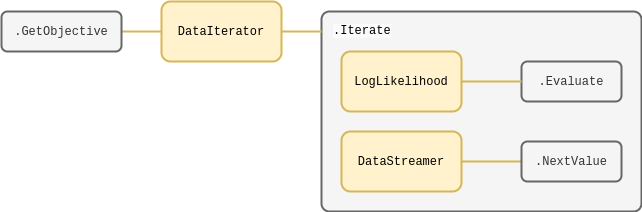
umbralcalc/worlds-of-observation keeps this draw.io diagram as images/chapter-4-learnadex-data-iterator.drawio.png. Above is the earlier version. Source tidied: cells renumbered, new cells last; positions are measured from the earlier drawing's top-left corner, leaving out a move shared by most shapes.
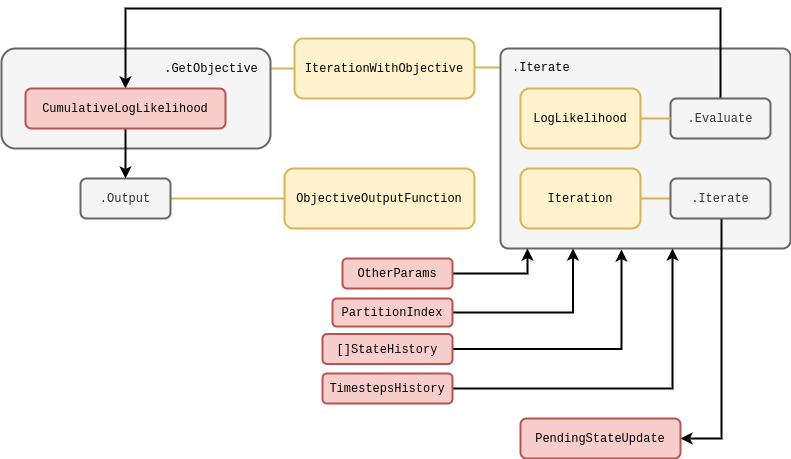
The same diagram one commit later.

The edit, as a diff of the source:
```diff
@@ -2,43 +2,108 @@
   <root>
     <mxCell id="0" />
     <mxCell id="1" parent="0" />
-    <mxCell id="2" style="rounded=1;whiteSpace=wrap;html=1;strokeWidth=2;direction=east;arcSize=4;fillColor=#f5f5f5;fontColor=#333333;strokeColor=#666666;" parent="1" vertex="1">
-      <mxGeometry x="320" y="10" width="320" height="200" as="geometry" />
-    </mxCell>
-    <mxCell id="3" style="edgeStyle=orthogonalEdgeStyle;rounded=0;jettySize=auto;html=1;strokeWidth=2;endArrow=none;endFill=0;fillColor=#fff2cc;strokeColor=#d6b656;" parent="1" edge="1" source="5" target="6">
-      <mxGeometry relative="1" as="geometry" />
+    <mxCell id="3" style="edgeStyle=orthogonalEdgeStyle;rounded=0;jettySize=auto;html=1;strokeWidth=2;endArrow=none;endFill=0;fillColor=#fff2cc;strokeColor=#d6b656;" parent="1" edge="1" source="5">
+      <mxGeometry relative="1" as="geometry">
+        <mxPoint x="260" y="40" as="targetPoint" />
+        <Array as="points">
+          <mxPoint x="260" y="40" />
+        </Array>
+      </mxGeometry>
     </mxCell>
-    <mxCell id="4" style="edgeStyle=orthogonalEdgeStyle;rounded=0;jettySize=auto;html=1;strokeWidth=2;endArrow=none;endFill=0;fillColor=#fff2cc;strokeColor=#d6b656;" parent="1" edge="1" source="5">
+    <mxCell id="4" style="edgeStyle=orthogonalEdgeStyle;rounded=0;jettySize=auto;html=1;strokeWidth=2;endArrow=none;endFill=0;fillColor=#fff2cc;strokeColor=#d6b656;exitX=0;exitY=0.095;exitDx=0;exitDy=0;exitPerimeter=0;" parent="1" edge="1" source="2">
       <mxGeometry relative="1" as="geometry">
-        <mxPoint x="320" y="30" as="targetPoint" />
+        <mxPoint x="459" y="40" as="targetPoint" />
       </mxGeometry>
     </mxCell>
-    <mxCell id="5" value="&lt;font face=&quot;Courier New&quot;&gt;DataIterator&lt;/font&gt;" style="rounded=1;whiteSpace=wrap;html=1;strokeWidth=2;fillColor=#fff2cc;strokeColor=#d6b656;" parent="1" vertex="1">
-      <mxGeometry x="160" width="120" height="60" as="geometry" />
+    <mxCell id="5" value="&lt;font face=&quot;Courier New&quot;&gt;IterationWithObjective&lt;/font&gt;" style="rounded=1;whiteSpace=wrap;html=1;strokeWidth=2;fillColor=#fff2cc;strokeColor=#d6b656;" parent="1" vertex="1">
+      <mxGeometry x="283" y="10" width="180" height="60" as="geometry" />
     </mxCell>
+    <mxCell id="14" style="rounded=1;whiteSpace=wrap;html=1;strokeWidth=2;direction=east;arcSize=14;fillColor=#f5f5f5;fontColor=#333333;strokeColor=#666666;" parent="1" vertex="1">
+      <mxGeometry x="-10" y="20" width="269" height="100" as="geometry" />
+    </mxCell>
-    <mxCell id="6" value="&lt;font face=&quot;Courier New&quot;&gt;.GetObjective&lt;/font&gt;" style="rounded=1;whiteSpace=wrap;html=1;strokeWidth=2;fillColor=#f5f5f5;fontColor=#333333;strokeColor=#666666;" parent="1" vertex="1">
-      <mxGeometry y="10" width="120" height="40" as="geometry" />
+    <mxCell id="6" value="&lt;font face=&quot;Courier New&quot;&gt;.GetObjective&lt;/font&gt;" style="text;html=1;strokeColor=none;fillColor=none;align=center;verticalAlign=middle;whiteSpace=wrap;rounded=0;" parent="1" vertex="1">
+      <mxGeometry x="170" y="25" width="60" height="30" as="geometry" />
     </mxCell>
+    <mxCell id="15" style="edgeStyle=orthogonalEdgeStyle;rounded=0;jettySize=auto;html=1;fillColor=#fff2cc;strokeColor=#d6b656;strokeWidth=2;endArrow=none;endFill=0;" parent="1" edge="1" source="16" target="17">
+      <mxGeometry relative="1" as="geometry" />
+    </mxCell>
+    <mxCell id="16" value="&lt;font face=&quot;Courier New&quot;&gt;ObjectiveOutputFunction&lt;/font&gt;" style="rounded=1;whiteSpace=wrap;html=1;strokeWidth=2;fillColor=#fff2cc;strokeColor=#d6b656;" parent="1" vertex="1">
+      <mxGeometry x="273" y="140" width="190" height="60" as="geometry" />
+    </mxCell>
+    <mxCell id="17" value="&lt;font face=&quot;Courier New&quot;&gt;.Output&lt;/font&gt;" style="rounded=1;whiteSpace=wrap;html=1;strokeWidth=2;fillColor=#f5f5f5;fontColor=#333333;strokeColor=#666666;" parent="1" vertex="1">
+      <mxGeometry x="69" y="150" width="90" height="40" as="geometry" />
+    </mxCell>
+    <mxCell id="2" style="rounded=1;whiteSpace=wrap;html=1;strokeWidth=2;direction=east;arcSize=4;fillColor=#f5f5f5;fontColor=#333333;strokeColor=#666666;" parent="1" vertex="1">
+      <mxGeometry x="489" y="20" width="290" height="200" as="geometry" />
+    </mxCell>
+    <mxCell id="18" style="edgeStyle=orthogonalEdgeStyle;rounded=0;jettySize=auto;html=1;entryX=0.5;entryY=0;entryDx=0;entryDy=0;strokeWidth=2;" parent="1" edge="1" source="7" target="21">
+      <mxGeometry relative="1" as="geometry">
+        <Array as="points">
+          <mxPoint x="709" y="-20" />
+          <mxPoint x="114" y="-20" />
+        </Array>
+      </mxGeometry>
+    </mxCell>
     <mxCell id="7" value="&lt;font face=&quot;Courier New&quot;&gt;.Evaluate&lt;/font&gt;" style="rounded=1;whiteSpace=wrap;html=1;strokeWidth=2;fillColor=#f5f5f5;fontColor=#333333;strokeColor=#666666;" parent="1" vertex="1">
-      <mxGeometry x="520" y="60" width="100" height="40" as="geometry" />
+      <mxGeometry x="659" y="70" width="100" height="40" as="geometry" />
     </mxCell>
     <mxCell id="8" style="edgeStyle=orthogonalEdgeStyle;rounded=0;jettySize=auto;html=1;entryX=0;entryY=0.5;entryDx=0;entryDy=0;strokeWidth=2;endArrow=none;endFill=0;fillColor=#fff2cc;strokeColor=#d6b656;" parent="1" edge="1" source="9" target="7">
       <mxGeometry relative="1" as="geometry" />
     </mxCell>
     <mxCell id="9" value="&lt;font face=&quot;Courier New&quot;&gt;LogLikelihood&lt;/font&gt;" style="rounded=1;whiteSpace=wrap;html=1;strokeWidth=2;fillColor=#fff2cc;strokeColor=#d6b656;" parent="1" vertex="1">
-      <mxGeometry x="340" y="50" width="120" height="60" as="geometry" />
+      <mxGeometry x="509" y="60" width="120" height="60" as="geometry" />
     </mxCell>
     <mxCell id="10" style="edgeStyle=orthogonalEdgeStyle;rounded=0;jettySize=auto;html=1;entryX=0;entryY=0.5;entryDx=0;entryDy=0;strokeWidth=2;endArrow=none;endFill=0;fillColor=#fff2cc;strokeColor=#d6b656;" parent="1" edge="1" source="11" target="12">
       <mxGeometry relative="1" as="geometry" />
     </mxCell>
-    <mxCell id="11" value="&lt;font face=&quot;Courier New&quot;&gt;DataStreamer&lt;/font&gt;" style="rounded=1;whiteSpace=wrap;html=1;strokeWidth=2;fillColor=#fff2cc;strokeColor=#d6b656;" parent="1" vertex="1">
-      <mxGeometry x="340" y="130" width="120" height="60" as="geometry" />
+    <mxCell id="11" value="&lt;font face=&quot;Courier New&quot;&gt;Iteration&lt;/font&gt;" style="rounded=1;whiteSpace=wrap;html=1;strokeWidth=2;fillColor=#fff2cc;strokeColor=#d6b656;" parent="1" vertex="1">
+      <mxGeometry x="509" y="140" width="120" height="60" as="geometry" />
     </mxCell>
+    <mxCell id="19" style="edgeStyle=orthogonalEdgeStyle;rounded=0;jettySize=auto;html=1;strokeWidth=2;entryX=1;entryY=0.5;entryDx=0;entryDy=0;" parent="1" edge="1" source="12" target="22">
+      <mxGeometry relative="1" as="geometry">
+        <Array as="points">
+          <mxPoint x="710" y="410" />
+        </Array>
+      </mxGeometry>
+    </mxCell>
-    <mxCell id="12" value="&lt;font face=&quot;Courier New&quot;&gt;.NextValue&lt;/font&gt;" style="rounded=1;whiteSpace=wrap;html=1;strokeWidth=2;fillColor=#f5f5f5;fontColor=#333333;strokeColor=#666666;" parent="1" vertex="1">
-      <mxGeometry x="520" y="140" width="100" height="40" as="geometry" />
+    <mxCell id="12" value="&lt;font face=&quot;Courier New&quot;&gt;.Iterate&lt;/font&gt;" style="rounded=1;whiteSpace=wrap;html=1;strokeWidth=2;fillColor=#f5f5f5;fontColor=#333333;strokeColor=#666666;" parent="1" vertex="1">
+      <mxGeometry x="659" y="150" width="100" height="40" as="geometry" />
     </mxCell>
-    <mxCell id="13" value="&lt;span style=&quot;color: rgb(0, 0, 0); font-family: &amp;quot;Courier New&amp;quot;; font-size: 12px; font-style: normal; font-variant-ligatures: normal; font-variant-caps: normal; font-weight: 400; letter-spacing: normal; orphans: 2; text-align: center; text-indent: 0px; text-transform: none; widows: 2; word-spacing: 0px; -webkit-text-stroke-width: 0px; background-color: rgb(251, 251, 251); text-decoration-thickness: initial; text-decoration-style: initial; text-decoration-color: initial; float: none; display: inline !important;&quot;&gt;.Iterate&lt;/span&gt;" style="text;whiteSpace=wrap;html=1;" parent="1" vertex="1">
-      <mxGeometry x="330" y="15" width="90" height="30" as="geometry" />
+    <mxCell id="13" value="&lt;span style=&quot;color: rgb(0, 0, 0); font-family: &amp;quot;Courier New&amp;quot;; font-size: 12px; font-style: normal; font-variant-ligatures: normal; font-variant-caps: normal; font-weight: 400; letter-spacing: normal; orphans: 2; text-align: center; text-indent: 0px; text-transform: none; widows: 2; word-spacing: 0px; -webkit-text-stroke-width: 0px; text-decoration-thickness: initial; text-decoration-style: initial; text-decoration-color: initial; float: none; display: inline !important;&quot;&gt;.&lt;/span&gt;&lt;span style=&quot;color: rgb(0, 0, 0); font-family: &amp;quot;Courier New&amp;quot;; font-size: 12px; font-style: normal; font-variant-ligatures: normal; font-variant-caps: normal; font-weight: 400; letter-spacing: normal; orphans: 2; text-align: center; text-indent: 0px; text-transform: none; widows: 2; word-spacing: 0px; -webkit-text-stroke-width: 0px; text-decoration-thickness: initial; text-decoration-style: initial; text-decoration-color: initial; float: none; display: inline !important;&quot;&gt;Iterate&lt;/span&gt;" style="text;whiteSpace=wrap;html=1;" parent="1" vertex="1">
+      <mxGeometry x="499" y="25" width="90" height="30" as="geometry" />
     </mxCell>
+    <mxCell id="20" style="edgeStyle=orthogonalEdgeStyle;rounded=0;jettySize=auto;html=1;strokeWidth=2;entryX=0.5;entryY=0;entryDx=0;entryDy=0;" parent="1" edge="1" source="21" target="17">
+      <mxGeometry relative="1" as="geometry" />
+    </mxCell>
+    <mxCell id="21" value="&lt;font face=&quot;Courier New&quot;&gt;CumulativeLogLikelihood&lt;/font&gt;" style="rounded=1;whiteSpace=wrap;html=1;fillColor=#f8cecc;strokeColor=#b85450;strokeWidth=2;" parent="1" vertex="1">
+      <mxGeometry x="14" y="60" width="200" height="40" as="geometry" />
+    </mxCell>
+    <mxCell id="22" value="&lt;font face=&quot;Courier New&quot;&gt;PendingStateUpdate&lt;/font&gt;" style="rounded=1;whiteSpace=wrap;html=1;fillColor=#f8cecc;strokeColor=#b85450;strokeWidth=2;" parent="1" vertex="1">
+      <mxGeometry x="509" y="390" width="160" height="40" as="geometry" />
+    </mxCell>
+    <mxCell id="23" style="edgeStyle=orthogonalEdgeStyle;rounded=0;jettySize=auto;html=1;entryX=0.093;entryY=1;entryDx=0;entryDy=0;entryPerimeter=0;strokeWidth=2;" parent="1" edge="1" source="24" target="2">
+      <mxGeometry relative="1" as="geometry" />
+    </mxCell>
+    <mxCell id="24" value="&lt;font face=&quot;Courier New&quot;&gt;OtherParams&lt;/font&gt;" style="rounded=1;whiteSpace=wrap;html=1;fillColor=#f8cecc;strokeColor=#b85450;strokeWidth=2;" parent="1" vertex="1">
+      <mxGeometry x="331" y="230" width="110" height="30" as="geometry" />
+    </mxCell>
+    <mxCell id="25" style="edgeStyle=orthogonalEdgeStyle;rounded=0;jettySize=auto;html=1;entryX=0.25;entryY=1;entryDx=0;entryDy=0;strokeWidth=2;" parent="1" edge="1" source="26" target="2">
+      <mxGeometry relative="1" as="geometry" />
+    </mxCell>
+    <mxCell id="26" value="&lt;font face=&quot;Courier New&quot;&gt;PartitionIndex&lt;/font&gt;" style="rounded=1;whiteSpace=wrap;html=1;fillColor=#f8cecc;strokeColor=#b85450;strokeWidth=2;" parent="1" vertex="1">
+      <mxGeometry x="321" y="270" width="120" height="28" as="geometry" />
+    </mxCell>
+    <mxCell id="27" style="edgeStyle=orthogonalEdgeStyle;rounded=0;jettySize=auto;html=1;entryX=0.417;entryY=1.005;entryDx=0;entryDy=0;entryPerimeter=0;strokeWidth=2;" parent="1" edge="1" source="28" target="2">
+      <mxGeometry relative="1" as="geometry" />
+    </mxCell>
+    <mxCell id="28" value="&lt;font face=&quot;Courier New&quot;&gt;[]StateHistory&lt;/font&gt;" style="rounded=1;whiteSpace=wrap;html=1;fillColor=#f8cecc;strokeColor=#b85450;strokeWidth=2;" parent="1" vertex="1">
+      <mxGeometry x="311" y="305.5" width="130" height="30" as="geometry" />
+    </mxCell>
+    <mxCell id="29" style="edgeStyle=orthogonalEdgeStyle;rounded=0;jettySize=auto;html=1;entryX=0.593;entryY=1;entryDx=0;entryDy=0;entryPerimeter=0;strokeWidth=2;" parent="1" edge="1" source="30" target="2">
+      <mxGeometry relative="1" as="geometry" />
+    </mxCell>
+    <mxCell id="30" value="&lt;font face=&quot;Courier New&quot;&gt;TimestepsHistory&lt;/font&gt;" style="rounded=1;whiteSpace=wrap;html=1;fillColor=#f8cecc;strokeColor=#b85450;strokeWidth=2;" parent="1" vertex="1">
+      <mxGeometry x="311" y="345" width="130" height="30" as="geometry" />
+    </mxCell>
   </root>
 </mxGraphModel>
```
